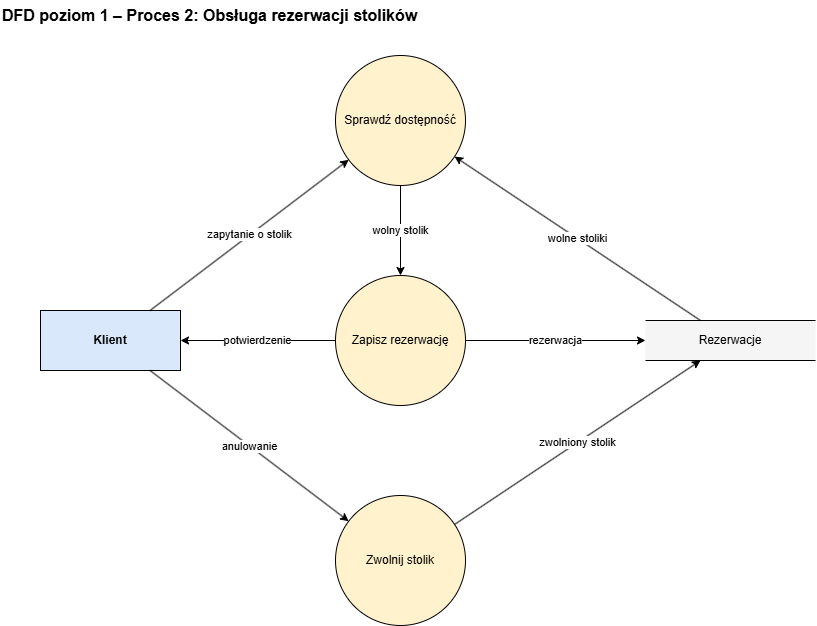
Before: diagramy/02_przeplyw_danych/dfd_2_rezerwacje.png, a diagram exported from draw.io (olimo54323/OiZPI-laboratorium). Source tidied: cells renumbered, new cells last; positions are measured from the earlier drawing's top-left corner, leaving out a move shared by most shapes.
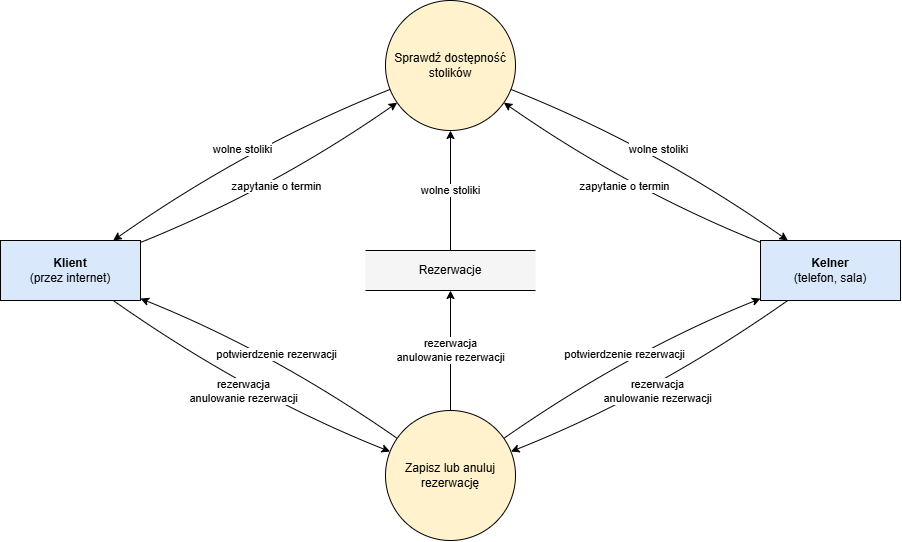
The same diagram one commit later.

What changed in the source:
```diff
@@ -2,44 +2,82 @@
   <root>
     <mxCell id="0" />
     <mxCell id="1" parent="0" />
-    <mxCell id="2" value="DFD poziom 1 – Proces 2: Obsługa rezerwacji stolików" style="text;html=1;align=left;verticalAlign=middle;fontSize=16;fontStyle=1;" parent="1" vertex="1">
-      <mxGeometry width="500" height="30" as="geometry" />
-    </mxCell>
-    <mxCell id="3" value="Klient" style="rounded=0;whiteSpace=wrap;html=1;fillColor=#dae8fc;strokeColor=#000000;fontStyle=1;fontSize=12;" parent="1" vertex="1">
-      <mxGeometry x="40" y="310" width="140" height="60" as="geometry" />
+    <mxCell id="3" value="Klient&lt;br&gt;&lt;span style=&quot;font-weight: normal;&quot;&gt;(przez internet)&lt;/span&gt;" style="rounded=0;whiteSpace=wrap;html=1;fillColor=#dae8fc;strokeColor=#000000;fontStyle=1;fontSize=12;" parent="1" vertex="1">
+      <mxGeometry x="30" y="335" width="140" height="60" as="geometry" />
     </mxCell>
-    <mxCell id="4" value="Sprawdź dostępność" style="ellipse;whiteSpace=wrap;html=1;fillColor=#fff2cc;strokeColor=#000000;fontSize=12;" parent="1" vertex="1">
-      <mxGeometry x="335" y="55" width="130" height="130" as="geometry" />
-    </mxCell>
-    <mxCell id="5" value="Zapisz rezerwację" style="ellipse;whiteSpace=wrap;html=1;fillColor=#fff2cc;strokeColor=#000000;fontSize=12;" parent="1" vertex="1">
-      <mxGeometry x="335" y="275" width="130" height="130" as="geometry" />
-    </mxCell>
-    <mxCell id="6" value="Zwolnij stolik" style="ellipse;whiteSpace=wrap;html=1;fillColor=#fff2cc;strokeColor=#000000;fontSize=12;" parent="1" vertex="1">
-      <mxGeometry x="335" y="495" width="130" height="130" as="geometry" />
-    </mxCell>
+    <mxCell id="15" value="Kelner&lt;br&gt;&lt;span style=&quot;font-weight: normal;&quot;&gt;(telefon, sala)&lt;/span&gt;" style="rounded=0;whiteSpace=wrap;html=1;fillColor=#dae8fc;strokeColor=#000000;fontStyle=1;fontSize=12;" parent="1" vertex="1">
+      <mxGeometry x="790" y="335" width="140" height="60" as="geometry" />
+    </mxCell>
+    <mxCell id="16" value="Sprawdź dostępność stolików" style="ellipse;whiteSpace=wrap;html=1;fillColor=#fff2cc;strokeColor=#000000;fontSize=12;" parent="1" vertex="1">
+      <mxGeometry x="415" y="95" width="130" height="130" as="geometry" />
+    </mxCell>
+    <mxCell id="17" value="Zapisz lub anuluj rezerwację" style="ellipse;whiteSpace=wrap;html=1;fillColor=#fff2cc;strokeColor=#000000;fontSize=12;" parent="1" vertex="1">
+      <mxGeometry x="415" y="505" width="130" height="130" as="geometry" />
+    </mxCell>
     <mxCell id="7" value="Rezerwacje" style="shape=partialRectangle;whiteSpace=wrap;html=1;left=0;right=0;fillColor=#f5f5f5;strokeColor=#000000;fontSize=12;" parent="1" vertex="1">
-      <mxGeometry x="645" y="320" width="170" height="40" as="geometry" />
+      <mxGeometry x="395" y="345" width="170" height="40" as="geometry" />
     </mxCell>
-    <mxCell id="8" value="zapytanie o stolik" style="endArrow=classic;endFill=1;html=1;rounded=0;labelBackgroundColor=#ffffff;fontSize=11;strokeColor=#000000;" parent="1" edge="1" source="3" target="4">
-      <mxGeometry relative="1" as="geometry" />
+    <mxCell id="8" value="zapytanie o termin" style="endArrow=classic;endFill=1;html=1;curved=1;labelBackgroundColor=#ffffff;fontSize=11;strokeColor=#000000;" parent="1" edge="1" source="3" target="16">
+      <mxGeometry relative="1" as="geometry">
+        <Array as="points">
+          <mxPoint x="302" y="284" />
+        </Array>
+      </mxGeometry>
     </mxCell>
-    <mxCell id="9" value="wolne stoliki" style="endArrow=classic;endFill=1;html=1;rounded=0;labelBackgroundColor=#ffffff;fontSize=11;strokeColor=#000000;" parent="1" edge="1" source="7" target="4">
-      <mxGeometry relative="1" as="geometry" />
+    <mxCell id="9" value="wolne stoliki" style="endArrow=classic;endFill=1;html=1;curved=1;labelBackgroundColor=#ffffff;fontSize=11;strokeColor=#000000;" parent="1" edge="1" source="16" target="3">
+      <mxGeometry relative="1" as="geometry">
+        <Array as="points">
+          <mxPoint x="278" y="240" />
+        </Array>
+      </mxGeometry>
     </mxCell>
-    <mxCell id="10" value="wolny stolik" style="endArrow=classic;endFill=1;html=1;rounded=0;labelBackgroundColor=#ffffff;fontSize=11;strokeColor=#000000;" parent="1" edge="1" source="4" target="5">
-      <mxGeometry relative="1" as="geometry" />
+    <mxCell id="10" value="rezerwacja&lt;br&gt;anulowanie rezerwacji" style="endArrow=classic;endFill=1;html=1;curved=1;labelBackgroundColor=#ffffff;fontSize=11;strokeColor=#000000;" parent="1" edge="1" source="3" target="17">
+      <mxGeometry relative="1" as="geometry">
+        <Array as="points">
+          <mxPoint x="278" y="490" />
+        </Array>
+      </mxGeometry>
     </mxCell>
-    <mxCell id="11" value="rezerwacja" style="endArrow=classic;endFill=1;html=1;rounded=0;labelBackgroundColor=#ffffff;fontSize=11;strokeColor=#000000;" parent="1" edge="1" source="5" target="7">
-      <mxGeometry relative="1" as="geometry" />
+    <mxCell id="11" value="potwierdzenie rezerwacji" style="endArrow=classic;endFill=1;html=1;curved=1;labelBackgroundColor=#ffffff;fontSize=11;strokeColor=#000000;" parent="1" edge="1" source="17" target="3">
+      <mxGeometry relative="1" as="geometry">
+        <Array as="points">
+          <mxPoint x="302" y="446" />
+        </Array>
+      </mxGeometry>
     </mxCell>
-    <mxCell id="12" value="potwierdzenie" style="endArrow=classic;endFill=1;html=1;rounded=0;labelBackgroundColor=#ffffff;fontSize=11;strokeColor=#000000;" parent="1" edge="1" source="5" target="3">
-      <mxGeometry relative="1" as="geometry" />
+    <mxCell id="12" value="zapytanie o termin" style="endArrow=classic;endFill=1;html=1;curved=1;labelBackgroundColor=#ffffff;fontSize=11;strokeColor=#000000;" parent="1" edge="1" source="15" target="16">
+      <mxGeometry relative="1" as="geometry">
+        <Array as="points">
+          <mxPoint x="658" y="284" />
+        </Array>
+      </mxGeometry>
     </mxCell>
-    <mxCell id="13" value="anulowanie" style="endArrow=classic;endFill=1;html=1;rounded=0;labelBackgroundColor=#ffffff;fontSize=11;strokeColor=#000000;" parent="1" edge="1" source="3" target="6">
-      <mxGeometry relative="1" as="geometry" />
+    <mxCell id="13" value="wolne stoliki" style="endArrow=classic;endFill=1;html=1;curved=1;labelBackgroundColor=#ffffff;fontSize=11;strokeColor=#000000;" parent="1" edge="1" source="16" target="15">
+      <mxGeometry relative="1" as="geometry">
+        <Array as="points">
+          <mxPoint x="682" y="240" />
+        </Array>
+      </mxGeometry>
     </mxCell>
-    <mxCell id="14" value="zwolniony stolik" style="endArrow=classic;endFill=1;html=1;rounded=0;labelBackgroundColor=#ffffff;fontSize=11;strokeColor=#000000;" parent="1" edge="1" source="6" target="7">
-      <mxGeometry relative="1" as="geometry" />
+    <mxCell id="14" value="rezerwacja&lt;br&gt;anulowanie rezerwacji" style="endArrow=classic;endFill=1;html=1;curved=1;labelBackgroundColor=#ffffff;fontSize=11;strokeColor=#000000;" parent="1" edge="1" source="15" target="17">
+      <mxGeometry relative="1" as="geometry">
+        <Array as="points">
+          <mxPoint x="682" y="490" />
+        </Array>
+      </mxGeometry>
     </mxCell>
+    <mxCell id="18" value="potwierdzenie rezerwacji" style="endArrow=classic;endFill=1;html=1;curved=1;labelBackgroundColor=#ffffff;fontSize=11;strokeColor=#000000;" parent="1" edge="1" source="17" target="15">
+      <mxGeometry relative="1" as="geometry">
+        <Array as="points">
+          <mxPoint x="658" y="446" />
+        </Array>
+      </mxGeometry>
+    </mxCell>
+    <mxCell id="19" value="wolne stoliki" style="endArrow=classic;endFill=1;html=1;rounded=0;labelBackgroundColor=#ffffff;fontSize=11;strokeColor=#000000;" parent="1" edge="1" source="7" target="16">
+      <mxGeometry relative="1" as="geometry" />
+    </mxCell>
+    <mxCell id="20" value="rezerwacja&lt;br&gt;anulowanie rezerwacji" style="endArrow=classic;endFill=1;html=1;rounded=0;labelBackgroundColor=#ffffff;fontSize=11;strokeColor=#000000;" parent="1" edge="1" source="17" target="7">
+      <mxGeometry relative="1" as="geometry" />
+    </mxCell>
   </root>
 </mxGraphModel>
```
